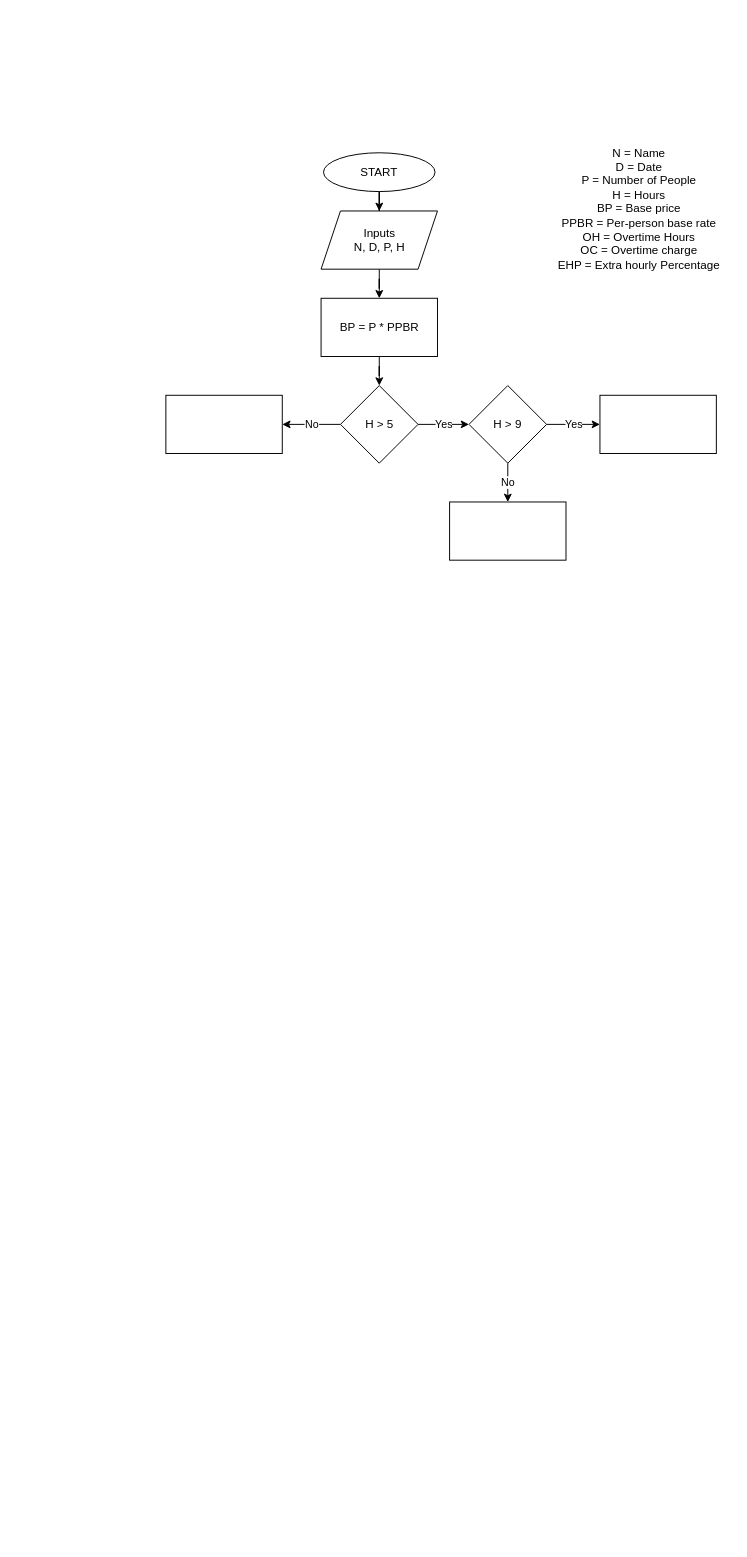
Above: VBA Project.drawio in danielpj17/IS-201 (draw.io), before the change. Source tidied: cells renumbered, new cells numbered last; positions are measured from the earlier drawing's top-left corner, leaving out a move shared by most shapes. Both pictures are drawn from the tidied source at 97%, with x=0, y=0 at pixel (165, 138).
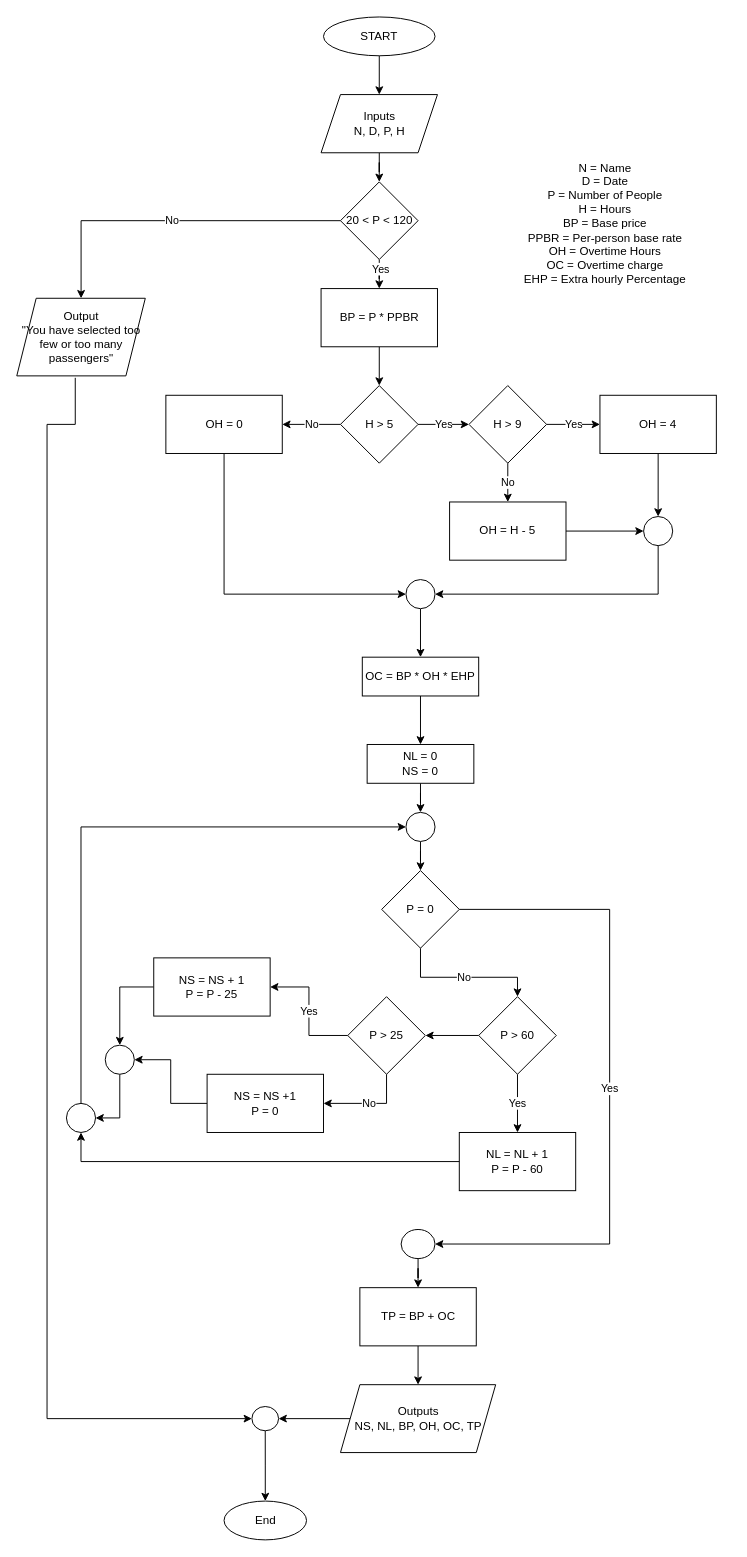
After the change.

What changed in the source:
```diff
@@
     <mxCell id="3" value="START" style="ellipse;whiteSpace=wrap;html=1;" parent="1" vertex="1">
-      <mxGeometry x="163" y="15" width="115" height="40" as="geometry" />
+      <mxGeometry x="163" y="-125" width="115" height="40" as="geometry" />
     </mxCell>
-    <mxCell id="4" style="edgeStyle=orthogonalEdgeStyle;rounded=0;jettySize=auto;html=1;" parent="1" edge="1" source="5" target="8">
-      <mxGeometry relative="1" as="geometry" />
-    </mxCell>
+    <mxCell id="18" style="edgeStyle=orthogonalEdgeStyle;rounded=0;jettySize=auto;html=1;" parent="1" edge="1" source="5" target="60">
+      <mxGeometry relative="1" as="geometry" />
+    </mxCell>
     <mxCell id="5" value="Inputs&lt;br&gt;N, D, P, H" style="shape=parallelogram;perimeter=parallelogramPerimeter;whiteSpace=wrap;html=1;fixedSize=1;" parent="1" vertex="1">
-      <mxGeometry x="160.5" y="75" width="120" height="60" as="geometry" />
+      <mxGeometry x="160.5" y="-45" width="120" height="60" as="geometry" />
     </mxCell>
     <mxCell id="6" value="N = Name&lt;br&gt;D = Date&lt;br&gt;P = Number of People&lt;br&gt;H = Hours&lt;br&gt;BP = Base price&lt;br&gt;PPBR = Per-person base rate&lt;div&gt;OH = Overtime Hours&lt;/div&gt;&lt;div&gt;OC = Overtime charge&lt;/div&gt;&lt;div&gt;EHP = Extra hourly Percentage&lt;/div&gt;&lt;div&gt;&lt;br&gt;&lt;/div&gt;" style="text;html=1;align=center;verticalAlign=middle;strokeColor=none;fillColor=none;" parent="1" vertex="1">
-      <mxGeometry x="393" width="190" height="160" as="geometry" />
+      <mxGeometry x="358" y="15" width="190" height="160" as="geometry" />
     </mxCell>
@@
     <mxCell id="8" value="BP = P * PPBR" style="whiteSpace=wrap;html=1;" parent="1" vertex="1">
-      <mxGeometry x="160.5" y="165" width="120" height="60" as="geometry" />
+      <mxGeometry x="160.5" y="155" width="120" height="60" as="geometry" />
     </mxCell>
@@
+    <mxCell id="19" style="edgeStyle=orthogonalEdgeStyle;rounded=0;jettySize=auto;html=1;entryX=0;entryY=0.5;entryDx=0;entryDy=0;" parent="1" edge="1" source="12" target="25">
+      <mxGeometry relative="1" as="geometry">
+        <Array as="points">
+          <mxPoint x="61" y="470" />
+        </Array>
+      </mxGeometry>
+    </mxCell>
-    <mxCell id="12" style="whiteSpace=wrap;html=1;" parent="1" vertex="1">
+    <mxCell id="12" value="OH = 0" style="whiteSpace=wrap;html=1;" parent="1" vertex="1">
       <mxGeometry x="0.5" y="265" width="120" height="60" as="geometry" />
     </mxCell>
@@
+    <mxCell id="20" style="edgeStyle=orthogonalEdgeStyle;rounded=0;jettySize=auto;html=1;" parent="1" edge="1" source="16" target="23">
+      <mxGeometry relative="1" as="geometry" />
+    </mxCell>
-    <mxCell id="16" style="whiteSpace=wrap;html=1;" parent="1" vertex="1">
+    <mxCell id="16" value="OH = 4" style="whiteSpace=wrap;html=1;" parent="1" vertex="1">
       <mxGeometry x="448" y="265" width="120" height="60" as="geometry" />
     </mxCell>
+    <mxCell id="21" style="edgeStyle=orthogonalEdgeStyle;rounded=0;jettySize=auto;html=1;" parent="1" edge="1" source="17" target="23">
+      <mxGeometry relative="1" as="geometry" />
+    </mxCell>
-    <mxCell id="17" style="whiteSpace=wrap;html=1;" parent="1" vertex="1">
+    <mxCell id="17" value="OH = H - 5" style="whiteSpace=wrap;html=1;" parent="1" vertex="1">
       <mxGeometry x="293" y="375" width="120" height="60" as="geometry" />
     </mxCell>
+    <mxCell id="22" style="edgeStyle=orthogonalEdgeStyle;rounded=0;jettySize=auto;html=1;" parent="1" edge="1" source="23" target="25">
+      <mxGeometry relative="1" as="geometry">
+        <Array as="points">
+          <mxPoint x="508" y="470" />
+        </Array>
+      </mxGeometry>
+    </mxCell>
+    <mxCell id="23" style="ellipse;whiteSpace=wrap;html=1;" parent="1" vertex="1">
+      <mxGeometry x="493" y="390" width="30" height="30" as="geometry" />
+    </mxCell>
+    <mxCell id="24" style="edgeStyle=orthogonalEdgeStyle;rounded=0;jettySize=auto;html=1;" parent="1" edge="1" source="25" target="27">
+      <mxGeometry relative="1" as="geometry" />
+    </mxCell>
+    <mxCell id="25" style="ellipse;whiteSpace=wrap;html=1;" parent="1" vertex="1">
+      <mxGeometry x="248" y="455" width="30" height="30" as="geometry" />
+    </mxCell>
+    <mxCell id="26" style="edgeStyle=orthogonalEdgeStyle;rounded=0;jettySize=auto;html=1;" parent="1" edge="1" source="27" target="33">
+      <mxGeometry relative="1" as="geometry" />
+    </mxCell>
+    <mxCell id="27" value="OC = BP * OH * EHP" style="whiteSpace=wrap;html=1;" parent="1" vertex="1">
+      <mxGeometry x="203" y="535" width="120" height="40" as="geometry" />
+    </mxCell>
+    <mxCell id="28" value="Yes" style="edgeStyle=orthogonalEdgeStyle;rounded=0;jettySize=auto;html=1;" parent="1" edge="1" source="30" target="31">
+      <mxGeometry relative="1" as="geometry" />
+    </mxCell>
+    <mxCell id="29" style="edgeStyle=orthogonalEdgeStyle;rounded=0;jettySize=auto;html=1;" parent="1" edge="1" source="30" target="38">
+      <mxGeometry relative="1" as="geometry" />
+    </mxCell>
+    <mxCell id="30" value="P &amp;gt; 60" style="rhombus;whiteSpace=wrap;html=1;" parent="1" vertex="1">
+      <mxGeometry x="323" y="885" width="80" height="80" as="geometry" />
+    </mxCell>
+    <mxCell id="31" value="NL = NL + 1&lt;br&gt;P = P - 60" style="whiteSpace=wrap;html=1;" parent="1" vertex="1">
+      <mxGeometry x="303" y="1025" width="120" height="60" as="geometry" />
+    </mxCell>
+    <mxCell id="32" style="edgeStyle=orthogonalEdgeStyle;rounded=0;jettySize=auto;html=1;" parent="1" edge="1" source="33" target="35">
+      <mxGeometry relative="1" as="geometry" />
+    </mxCell>
+    <mxCell id="33" value="NL = 0&lt;br&gt;NS = 0" style="rounded=0;whiteSpace=wrap;html=1;" parent="1" vertex="1">
+      <mxGeometry x="208" y="625" width="110" height="40" as="geometry" />
+    </mxCell>
+    <mxCell id="34" style="edgeStyle=orthogonalEdgeStyle;rounded=0;jettySize=auto;html=1;" parent="1" edge="1" source="35" target="45">
+      <mxGeometry relative="1" as="geometry" />
+    </mxCell>
+    <mxCell id="35" style="ellipse;whiteSpace=wrap;html=1;" parent="1" vertex="1">
+      <mxGeometry x="248" y="695" width="30" height="30" as="geometry" />
+    </mxCell>
+    <mxCell id="36" value="Yes" style="edgeStyle=orthogonalEdgeStyle;rounded=0;jettySize=auto;html=1;" parent="1" edge="1" source="38" target="40">
+      <mxGeometry relative="1" as="geometry" />
+    </mxCell>
+    <mxCell id="37" value="No" style="edgeStyle=orthogonalEdgeStyle;rounded=0;jettySize=auto;html=1;" parent="1" edge="1" source="38" target="42">
+      <mxGeometry relative="1" as="geometry">
+        <Array as="points">
+          <mxPoint x="228" y="995" />
+        </Array>
+      </mxGeometry>
+    </mxCell>
+    <mxCell id="38" value="P &amp;gt; 25" style="rhombus;whiteSpace=wrap;html=1;" parent="1" vertex="1">
+      <mxGeometry x="188" y="885" width="80" height="80" as="geometry" />
+    </mxCell>
+    <mxCell id="39" style="edgeStyle=orthogonalEdgeStyle;rounded=0;jettySize=auto;html=1;" parent="1" edge="1" source="40" target="49">
+      <mxGeometry relative="1" as="geometry" />
+    </mxCell>
+    <mxCell id="40" value="NS = NS + 1&lt;br&gt;P = P - 25" style="whiteSpace=wrap;html=1;" parent="1" vertex="1">
+      <mxGeometry x="-12" y="845" width="120" height="60" as="geometry" />
+    </mxCell>
+    <mxCell id="41" style="edgeStyle=orthogonalEdgeStyle;rounded=0;jettySize=auto;html=1;" parent="1" edge="1" source="42" target="49">
+      <mxGeometry relative="1" as="geometry" />
+    </mxCell>
+    <mxCell id="42" value="NS = NS +1&lt;br&gt;P = 0" style="whiteSpace=wrap;html=1;direction=west;" parent="1" vertex="1">
+      <mxGeometry x="43" y="965" width="120" height="60" as="geometry" />
+    </mxCell>
+    <mxCell id="43" value="No" style="edgeStyle=orthogonalEdgeStyle;rounded=0;jettySize=auto;html=1;entryX=0.5;entryY=0;entryDx=0;entryDy=0;" parent="1" edge="1" source="45" target="30">
+      <mxGeometry relative="1" as="geometry">
+        <Array as="points">
+          <mxPoint x="263" y="865" />
+          <mxPoint x="363" y="865" />
+        </Array>
+      </mxGeometry>
+    </mxCell>
+    <mxCell id="44" value="Yes" style="edgeStyle=orthogonalEdgeStyle;rounded=0;jettySize=auto;html=1;" parent="1" edge="1" source="45" target="47">
+      <mxGeometry relative="1" as="geometry">
+        <Array as="points">
+          <mxPoint x="458" y="795" />
+          <mxPoint x="458" y="1140" />
+        </Array>
+      </mxGeometry>
+    </mxCell>
+    <mxCell id="45" value="P = 0" style="rhombus;whiteSpace=wrap;html=1;" parent="1" vertex="1">
+      <mxGeometry x="223" y="755" width="80" height="80" as="geometry" />
+    </mxCell>
+    <mxCell id="46" style="edgeStyle=orthogonalEdgeStyle;rounded=0;jettySize=auto;html=1;" parent="1" edge="1" source="47" target="56">
+      <mxGeometry relative="1" as="geometry" />
+    </mxCell>
+    <mxCell id="47" style="ellipse;whiteSpace=wrap;html=1;" parent="1" vertex="1">
+      <mxGeometry x="243" y="1125" width="35" height="30" as="geometry" />
+    </mxCell>
+    <mxCell id="48" style="edgeStyle=orthogonalEdgeStyle;rounded=0;jettySize=auto;html=1;exitX=0.5;exitY=1;exitDx=0;exitDy=0;entryX=1;entryY=0.5;entryDx=0;entryDy=0;" parent="1" edge="1" source="49" target="52">
+      <mxGeometry relative="1" as="geometry" />
+    </mxCell>
+    <mxCell id="49" style="ellipse;whiteSpace=wrap;html=1;" parent="1" vertex="1">
+      <mxGeometry x="-62" y="935" width="30" height="30" as="geometry" />
+    </mxCell>
+    <mxCell id="50" style="edgeStyle=orthogonalEdgeStyle;rounded=0;jettySize=auto;html=1;exitX=0;exitY=0.5;exitDx=0;exitDy=0;entryX=0.5;entryY=1;entryDx=0;entryDy=0;" parent="1" edge="1" source="31" target="52">
+      <mxGeometry relative="1" as="geometry">
+        <Array as="points">
+          <mxPoint x="-87" y="1055" />
+        </Array>
+      </mxGeometry>
+    </mxCell>
+    <mxCell id="51" style="edgeStyle=orthogonalEdgeStyle;rounded=0;jettySize=auto;html=1;entryX=0;entryY=0.5;entryDx=0;entryDy=0;exitX=0.5;exitY=0;exitDx=0;exitDy=0;" parent="1" edge="1" source="52" target="35">
+      <mxGeometry relative="1" as="geometry">
+        <Array as="points">
+          <mxPoint x="-87" y="710" />
+        </Array>
+      </mxGeometry>
+    </mxCell>
+    <mxCell id="52" style="ellipse;whiteSpace=wrap;html=1;" parent="1" vertex="1">
+      <mxGeometry x="-102" y="995" width="30" height="30" as="geometry" />
+    </mxCell>
+    <mxCell id="53" style="edgeStyle=orthogonalEdgeStyle;rounded=0;jettySize=auto;html=1;" parent="1" edge="1" source="54" target="64">
+      <mxGeometry relative="1" as="geometry" />
+    </mxCell>
+    <mxCell id="54" value="Outputs&lt;br&gt;NS, NL, BP, OH, OC, TP" style="shape=parallelogram;perimeter=parallelogramPerimeter;whiteSpace=wrap;html=1;fixedSize=1;" parent="1" vertex="1">
+      <mxGeometry x="180.5" y="1285" width="160" height="70" as="geometry" />
+    </mxCell>
+    <mxCell id="55" style="edgeStyle=orthogonalEdgeStyle;rounded=0;jettySize=auto;html=1;" parent="1" edge="1" source="56" target="54">
+      <mxGeometry relative="1" as="geometry" />
+    </mxCell>
+    <mxCell id="56" value="TP = BP + OC" style="rounded=0;whiteSpace=wrap;html=1;" parent="1" vertex="1">
+      <mxGeometry x="200.5" y="1185" width="120" height="60" as="geometry" />
+    </mxCell>
+    <mxCell id="57" style="edgeStyle=orthogonalEdgeStyle;rounded=0;jettySize=auto;html=1;" parent="1" edge="1" source="60" target="8">
+      <mxGeometry relative="1" as="geometry" />
+    </mxCell>
+    <mxCell id="58" value="Yes" style="edgeLabel;html=1;align=center;verticalAlign=middle;" parent="57" vertex="1">
+      <mxGeometry x="-0.64" y="1" relative="1" as="geometry" />
+    </mxCell>
+    <mxCell id="59" value="No" style="edgeStyle=orthogonalEdgeStyle;rounded=0;jettySize=auto;html=1;" parent="1" edge="1" source="60" target="62">
+      <mxGeometry relative="1" as="geometry" />
+    </mxCell>
+    <mxCell id="60" value="20 &amp;lt; P &amp;lt; 120" style="rhombus;whiteSpace=wrap;html=1;" parent="1" vertex="1">
+      <mxGeometry x="180.5" y="45" width="80" height="80" as="geometry" />
+    </mxCell>
+    <mxCell id="61" style="edgeStyle=orthogonalEdgeStyle;rounded=0;jettySize=auto;html=1;entryX=0;entryY=0.5;entryDx=0;entryDy=0;exitX=0.455;exitY=1.025;exitDx=0;exitDy=0;exitPerimeter=0;" parent="1" edge="1" source="62" target="64">
+      <mxGeometry relative="1" as="geometry">
+        <Array as="points">
+          <mxPoint x="-93" y="295" />
+          <mxPoint x="-122" y="295" />
+          <mxPoint x="-122" y="1320" />
+        </Array>
+      </mxGeometry>
+    </mxCell>
+    <mxCell id="62" value="Output&lt;br&gt;&quot;You have selected too few or too many passengers&quot;" style="shape=parallelogram;perimeter=parallelogramPerimeter;whiteSpace=wrap;html=1;fixedSize=1;" parent="1" vertex="1">
+      <mxGeometry x="-153.2" y="165" width="132.5" height="80" as="geometry" />
+    </mxCell>
+    <mxCell id="63" style="edgeStyle=orthogonalEdgeStyle;rounded=0;jettySize=auto;html=1;" parent="1" edge="1" source="64" target="65">
+      <mxGeometry relative="1" as="geometry" />
+    </mxCell>
+    <mxCell id="64" style="ellipse;whiteSpace=wrap;html=1;" parent="1" vertex="1">
+      <mxGeometry x="89.2" y="1307.5" width="27.5" height="25" as="geometry" />
+    </mxCell>
+    <mxCell id="65" value="End" style="ellipse;whiteSpace=wrap;html=1;" parent="1" vertex="1">
+      <mxGeometry x="60.5" y="1405" width="85" height="40" as="geometry" />
+    </mxCell>
```
